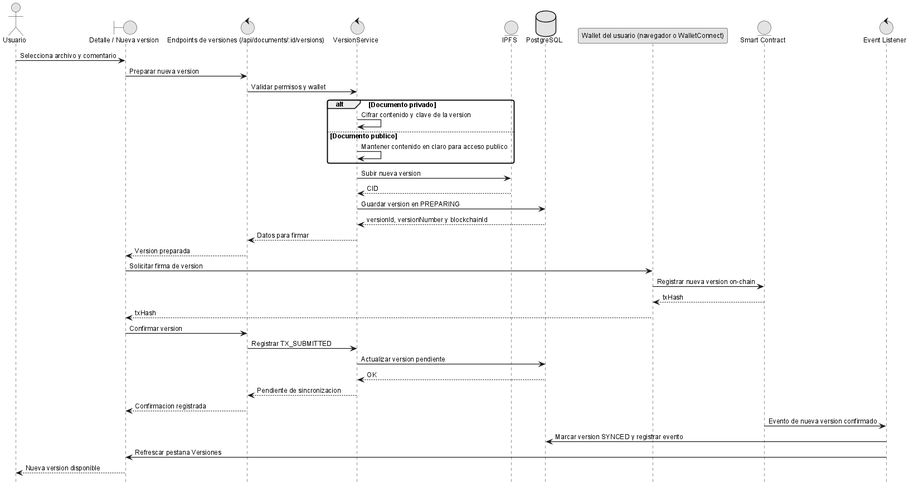
This is anexos/diagramas/seq-version.png from ErDeivih/DocumentChain, a PlantUML export, as it was before one commit.
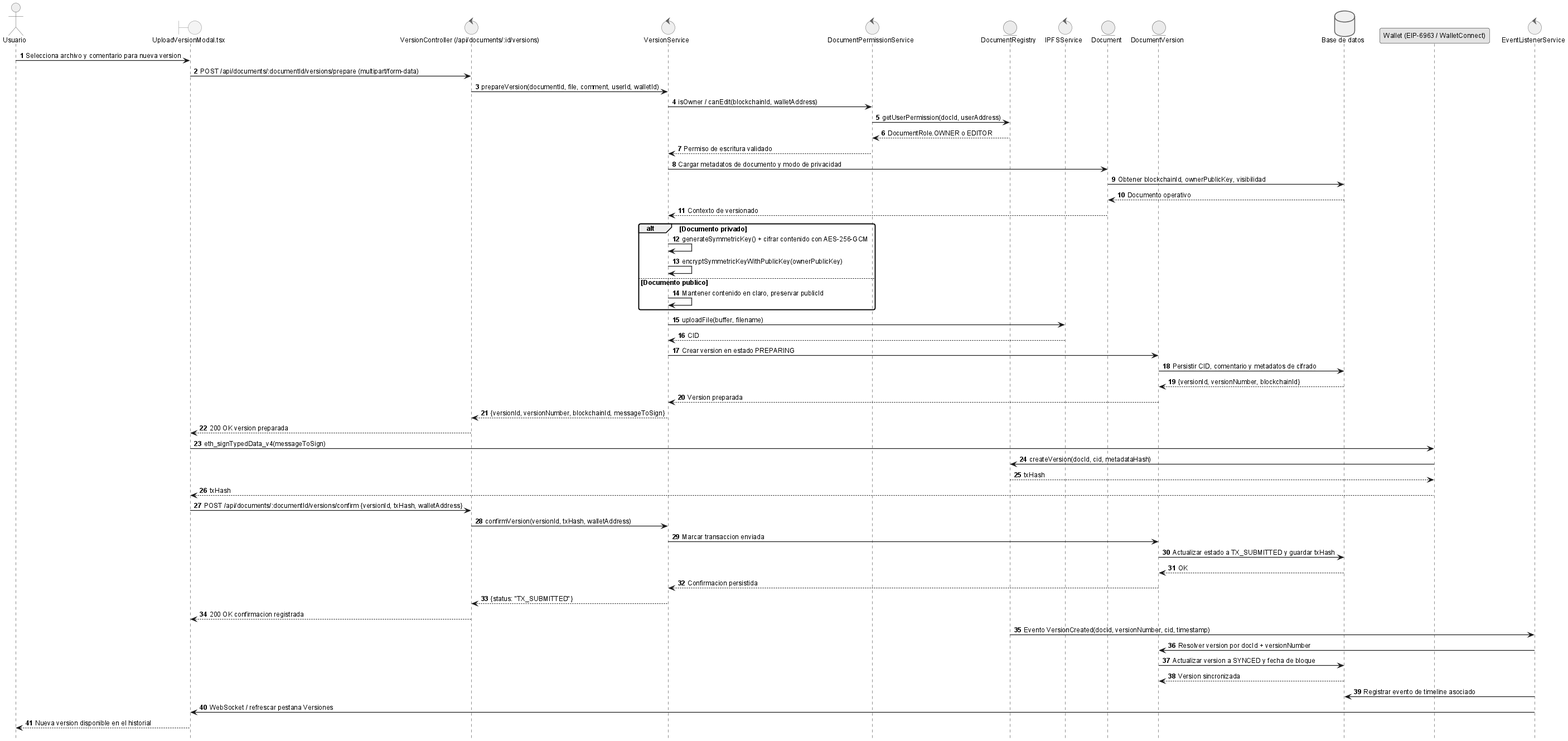
The same diagram one commit later.

Diff of the diagram source:
```diff
@@ -1,45 +1,64 @@
 @startuml
 !include _sequence-style.puml
 actor Usuario as user
-boundary "Detalle / Nueva version" as ui
-control "Endpoints de versiones (/api/documents/:id/versions)" as api
+boundary "UploadVersionModal.tsx" as ui
+control "VersionController (/api/documents/:id/versions)" as api
 control "VersionService" as srv
-entity "IPFS" as ipfs
-database "PostgreSQL" as db
-participant "Wallet del usuario (navegador o WalletConnect)" as wallet
-entity "Smart Contract" as sc
-control "Event Listener" as listener
+control "DocumentPermissionService" as perm
+entity "DocumentRegistry" as sc
+control "IPFSService" as ipfs
+entity "Document" as doc
+entity "DocumentVersion" as ver
+database "Base de datos" as db
+participant "Wallet (EIP-6963 / WalletConnect)" as wallet
+control "EventListenerService" as listener
 
-user -> ui: Selecciona archivo y comentario
-ui -> api: Preparar nueva version
-api -> srv: Validar permisos y wallet
+user -> ui: Selecciona archivo y comentario para nueva version
+ui -> api: POST /api/documents/:documentId/versions/prepare (multipart/form-data)
+api -> srv: prepareVersion(documentId, file, comment, userId, walletId)
+srv -> perm: isOwner / canEdit(blockchainId, walletAddress)
+perm -> sc: getUserPermission(docId, userAddress)
+sc --> perm: DocumentRole.OWNER o EDITOR
+perm --> srv: Permiso de escritura validado
+srv -> doc: Cargar metadatos de documento y modo de privacidad
+doc -> db: Obtener blockchainId, ownerPublicKey, visibilidad
+db --> doc: Documento operativo
+doc --> srv: Contexto de versionado
 alt Documento privado
-	srv -> srv: Cifrar contenido y clave de la version
+    srv -> srv: generateSymmetricKey() + cifrar contenido con AES-256-GCM
+    srv -> srv: encryptSymmetricKeyWithPublicKey(ownerPublicKey)
 else Documento publico
-	srv -> srv: Mantener contenido en claro para acceso publico
+    srv -> srv: Mantener contenido en claro, preservar publicId
 end
-srv -> ipfs: Subir nueva version
+srv -> ipfs: uploadFile(buffer, filename)
 ipfs --> srv: CID
-srv -> db: Guardar version en PREPARING
-db --> srv: versionId, versionNumber y blockchainId
-srv --> api: Datos para firmar
-api --> ui: Version preparada
+srv -> ver: Crear version en estado PREPARING
+ver -> db: Persistir CID, comentario y metadatos de cifrado
+db --> ver: {versionId, versionNumber, blockchainId}
+ver --> srv: Version preparada
+srv --> api: {versionId, versionNumber, blockchainId, messageToSign}
+api --> ui: 200 OK version preparada
 
-ui -> wallet: Solicitar firma de version
-wallet -> sc: Registrar nueva version on-chain
+ui -> wallet: eth_signTypedData_v4(messageToSign)
+wallet -> sc: createVersion(docId, cid, metadataHash)
 sc --> wallet: txHash
 wallet --> ui: txHash
 
-ui -> api: Confirmar version
-api -> srv: Registrar TX_SUBMITTED
-srv -> db: Actualizar version pendiente
-db --> srv: OK
-srv --> api: Pendiente de sincronizacion
-api --> ui: Confirmacion registrada
+ui -> api: POST /api/documents/:documentId/versions/confirm {versionId, txHash, walletAddress}
+api -> srv: confirmVersion(versionId, txHash, walletAddress)
+srv -> ver: Marcar transaccion enviada
+ver -> db: Actualizar estado a TX_SUBMITTED y guardar txHash
+db --> ver: OK
+ver --> srv: Confirmacion persistida
+srv --> api: {status: "TX_SUBMITTED"}
+api --> ui: 200 OK confirmacion registrada
 
-sc -> listener: Evento de nueva version confirmado
-listener -> db: Marcar version SYNCED y registrar evento
-listener -> ui: Refrescar pestana Versiones
-ui --> user: Nueva version disponible
+sc -> listener: Evento VersionCreated(docId, versionNumber, cid, timestamp)
+listener -> ver: Resolver version por docId + versionNumber
+ver -> db: Actualizar version a SYNCED y fecha de bloque
+db --> ver: Version sincronizada
+listener -> db: Registrar evento de timeline asociado
+listener -> ui: WebSocket / refrescar pestana Versiones
+ui --> user: Nueva version disponible en el historial
 
 @enduml
```
